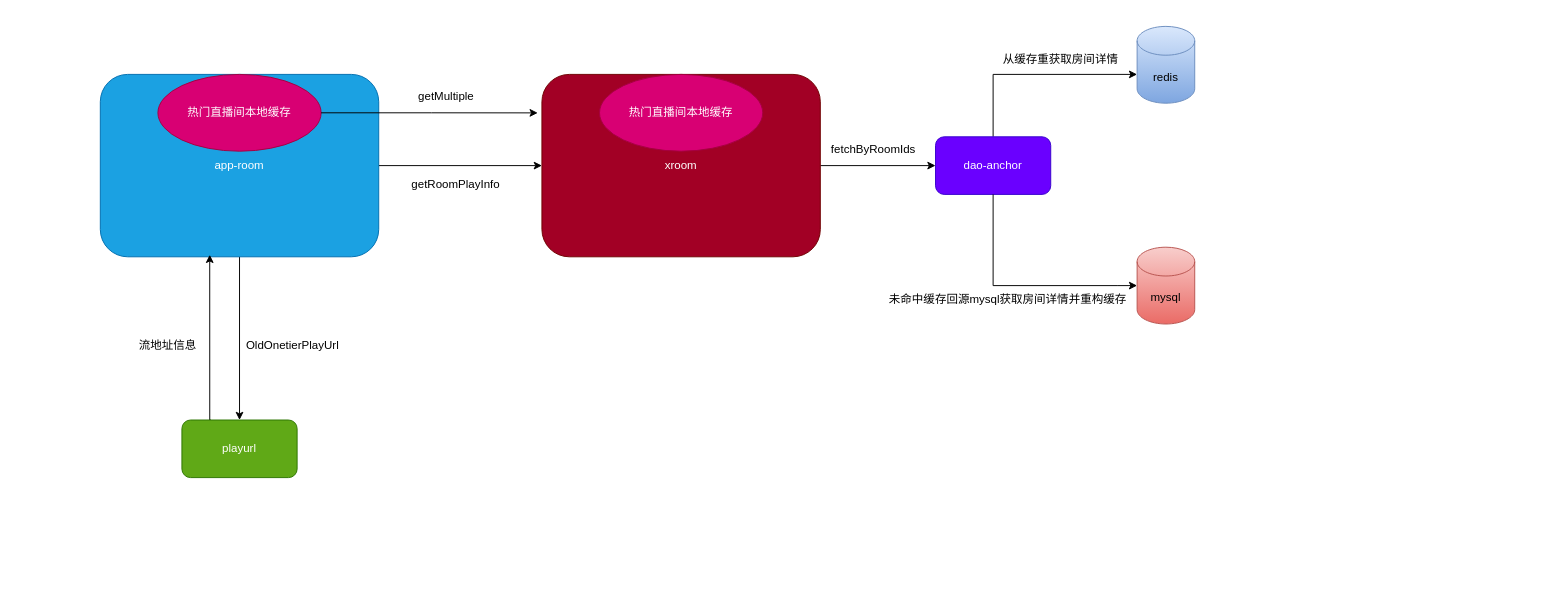
The draw.io diagram P0链路梳理.drawio in smartcharles/tech_draw, before the edit. Source tidied: cells renumbered, new cells numbered last; positions are measured from the earlier drawing's top-left corner, leaving out a move shared by most shapes. Both pictures are drawn from the tidied source at 96%, with x=0, y=0 at pixel (100, 26).
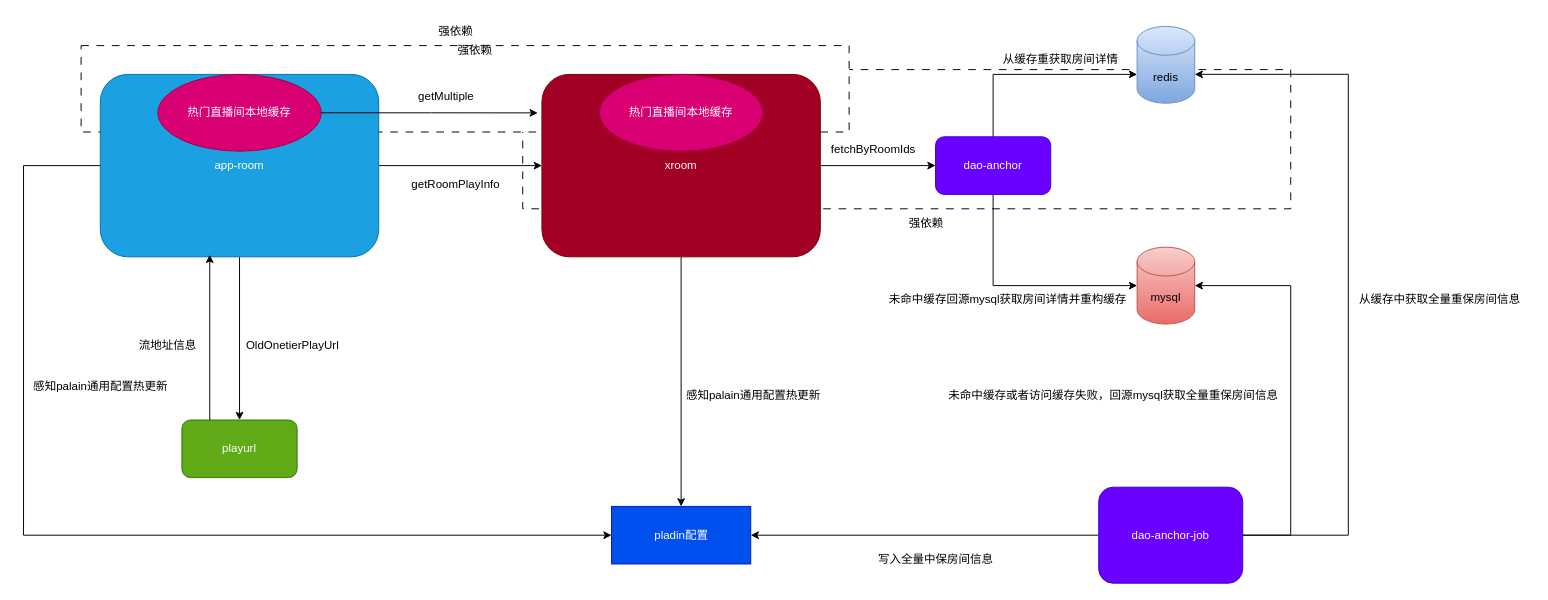
The same page after the edit.

Commit message (it also covers changes not shown here):
更新P0链路梳理.drawio

The change refers to these unchanged cells:
```xml
<mxCell id="4" value="app-room" style="rounded=1;whiteSpace=wrap;html=1;fillColor=#1ba1e2;fontColor=#ffffff;strokeColor=#006EAF;" parent="1" vertex="1">
  <mxGeometry y="50" width="290" height="190" as="geometry" />
</mxCell>
<mxCell id="9" value="xroom" style="rounded=1;whiteSpace=wrap;html=1;fillColor=#a20025;fontColor=#ffffff;strokeColor=#6F0000;" parent="1" vertex="1">
  <mxGeometry x="460" y="50" width="290" height="190" as="geometry" />
</mxCell>
<mxCell id="16" value="mysql" style="shape=cylinder3;whiteSpace=wrap;html=1;boundedLbl=1;backgroundOutline=1;size=15;fillColor=#f8cecc;strokeColor=#b85450;gradientColor=#ea6b66;" parent="1" vertex="1">
  <mxGeometry x="1080" y="230" width="60" height="80" as="geometry" />
</mxCell>
```

The edit, as a diff of the source:
```diff
@@
+    <mxCell id="24" style="rounded=0;whiteSpace=wrap;html=1;dashed=1;dashPattern=8 8;" parent="1" vertex="1">
+      <mxGeometry x="440" y="45" width="800" height="145" as="geometry" />
+    </mxCell>
+    <mxCell id="25" style="rounded=0;whiteSpace=wrap;html=1;dashed=1;dashPattern=8 8;" parent="1" vertex="1">
+      <mxGeometry x="-20" y="20" width="800" height="90" as="geometry" />
+    </mxCell>
@@
+    <mxCell id="26" style="edgeStyle=orthogonalEdgeStyle;rounded=0;jettySize=auto;html=1;entryX=0;entryY=0.5;entryDx=0;entryDy=0;" parent="1" edge="1" source="4" target="37">
+      <mxGeometry relative="1" as="geometry">
+        <Array as="points">
+          <mxPoint x="-80" y="145" />
+          <mxPoint x="-80" y="530" />
+        </Array>
+      </mxGeometry>
+    </mxCell>
@@
+    <mxCell id="27" style="edgeStyle=orthogonalEdgeStyle;rounded=0;jettySize=auto;html=1;" parent="1" edge="1" source="9" target="37">
+      <mxGeometry relative="1" as="geometry" />
+    </mxCell>
@@
+    <mxCell id="28" value="强依赖" style="text;html=1;align=center;verticalAlign=middle;strokeColor=none;fillColor=none;" parent="1" vertex="1">
+      <mxGeometry x="340" y="-10" width="60" height="30" as="geometry" />
+    </mxCell>
+    <mxCell id="29" value="强依赖" style="text;html=1;align=center;verticalAlign=middle;strokeColor=none;fillColor=none;" parent="1" vertex="1">
+      <mxGeometry x="830" y="190" width="60" height="30" as="geometry" />
+    </mxCell>
+    <mxCell id="30" style="edgeStyle=orthogonalEdgeStyle;rounded=0;jettySize=auto;html=1;entryX=1;entryY=0.5;entryDx=0;entryDy=0;" parent="1" edge="1" source="31" target="37">
+      <mxGeometry relative="1" as="geometry" />
+    </mxCell>
+    <mxCell id="31" value="dao-anchor-job" style="rounded=1;whiteSpace=wrap;html=1;fillColor=#6a00ff;fontColor=#ffffff;strokeColor=#3700CC;" parent="1" vertex="1">
+      <mxGeometry x="1040" y="480" width="150" height="100" as="geometry" />
+    </mxCell>
+    <mxCell id="32" style="edgeStyle=orthogonalEdgeStyle;rounded=0;jettySize=auto;html=1;entryX=1;entryY=0.5;entryDx=0;entryDy=0;entryPerimeter=0;" parent="1" edge="1" source="31" target="16">
+      <mxGeometry relative="1" as="geometry">
+        <Array as="points">
+          <mxPoint x="1240" y="530" />
+          <mxPoint x="1240" y="270" />
+        </Array>
+      </mxGeometry>
+    </mxCell>
+    <mxCell id="33" style="edgeStyle=orthogonalEdgeStyle;rounded=0;jettySize=auto;html=1;entryX=0.875;entryY=0.034;entryDx=0;entryDy=0;entryPerimeter=0;" parent="1" edge="1" source="31" target="24">
+      <mxGeometry relative="1" as="geometry">
+        <Array as="points">
+          <mxPoint x="1300" y="530" />
+          <mxPoint x="1300" y="50" />
+        </Array>
+      </mxGeometry>
+    </mxCell>
+    <mxCell id="34" value="从缓存中获取全量重保房间信息" style="text;html=1;align=center;verticalAlign=middle;strokeColor=none;fillColor=none;" parent="1" vertex="1">
+      <mxGeometry x="1300" y="270" width="190" height="30" as="geometry" />
+    </mxCell>
+    <mxCell id="35" value="强依赖" style="text;html=1;align=center;verticalAlign=middle;strokeColor=none;fillColor=none;" parent="1" vertex="1">
+      <mxGeometry x="360" y="10" width="60" height="30" as="geometry" />
+    </mxCell>
+    <mxCell id="36" value="未命中缓存或者访问缓存失败，回源mysql获取全量重保房间信息" style="text;html=1;align=center;verticalAlign=middle;strokeColor=none;fillColor=none;" parent="1" vertex="1">
+      <mxGeometry x="870" y="370" width="370" height="30" as="geometry" />
+    </mxCell>
+    <mxCell id="37" value="pladin配置" style="rounded=0;whiteSpace=wrap;html=1;fillColor=#0050ef;fontColor=#ffffff;strokeColor=#001DBC;" parent="1" vertex="1">
+      <mxGeometry x="532.5" y="500" width="145" height="60" as="geometry" />
+    </mxCell>
+    <mxCell id="38" value="写入全量中保房间信息" style="text;html=1;align=center;verticalAlign=middle;strokeColor=none;fillColor=none;" parent="1" vertex="1">
+      <mxGeometry x="800" y="540" width="140" height="30" as="geometry" />
+    </mxCell>
+    <mxCell id="39" value="感知palain通用配置热更新" style="text;html=1;align=center;verticalAlign=middle;strokeColor=none;fillColor=none;" parent="1" vertex="1">
+      <mxGeometry x="600" y="370" width="160" height="30" as="geometry" />
+    </mxCell>
+    <mxCell id="40" value="感知palain通用配置热更新" style="text;html=1;align=center;verticalAlign=middle;strokeColor=none;fillColor=none;" parent="1" vertex="1">
+      <mxGeometry x="-80" y="360" width="160" height="30" as="geometry" />
+    </mxCell>
```
